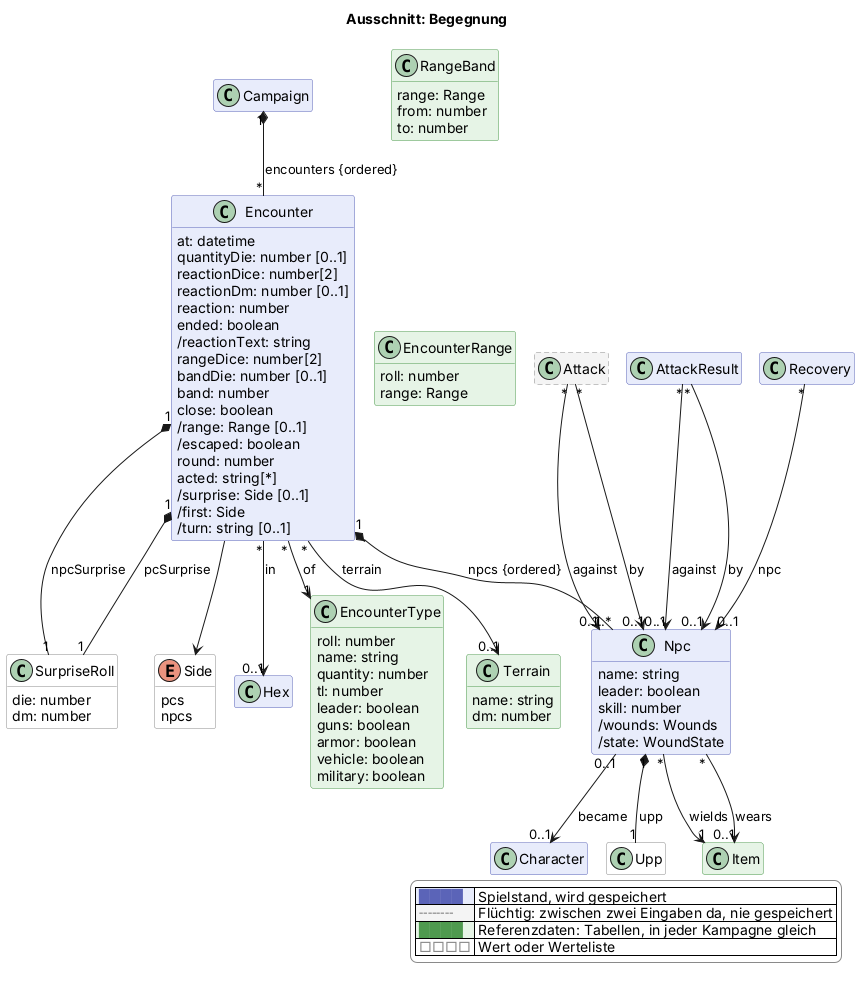
Earlier version of the PlantUML export docs/views/begegnung.png (scuzzar/SRE).
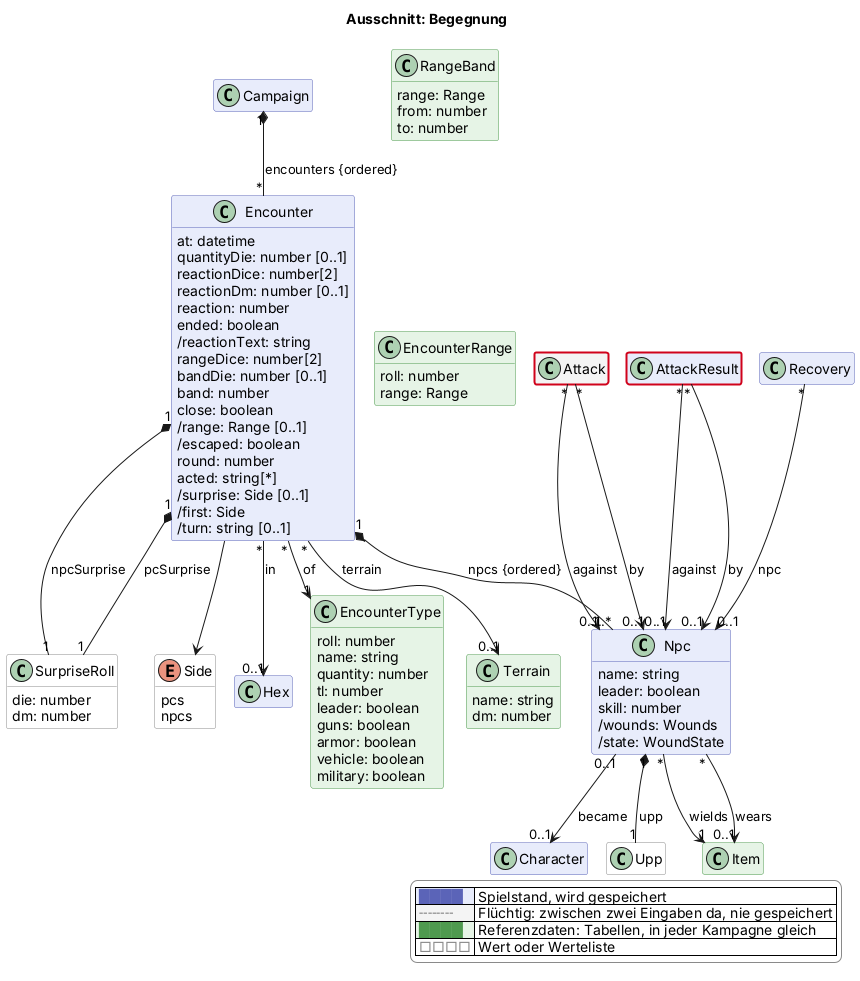
The same diagram one commit later.

Change to the diagram source:
```diff
@@ -170,4 +170,6 @@
   |<#e6f4e6> <color:#4f9a4f>████</color> | Referenzdaten: Tabellen, in jeder Kampagne gleich |
   |<#ffffff> <color:#8a8a8a>□□□□</color> | Wert oder Werteliste |
 endlegend
+class Attack #line:d0021b;line.bold
+class AttackResult #line:d0021b;line.bold
 @enduml
```
